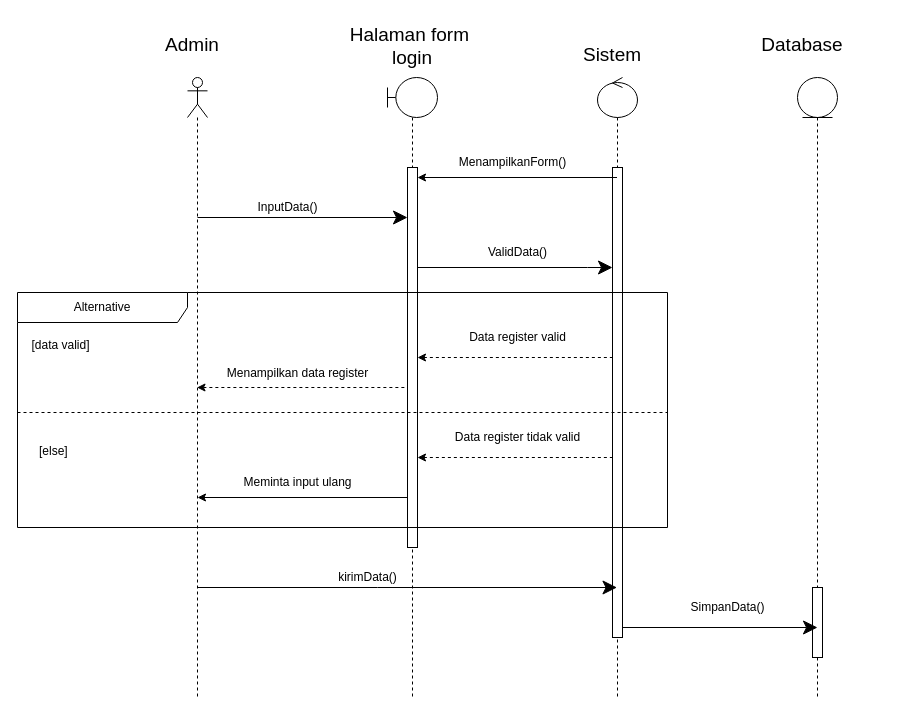
Earlier version of the draw.io diagram page "Page-2" (2 of 4) of FIxed/Punya Dicky.drawio (AriqFaridzki/SE-UTS-2023). Source tidied: cells renumbered, new cells numbered last; positions are measured from the earlier drawing's top-left corner, leaving out a move shared by most shapes. Both pictures are drawn from the tidied source at 100%, with x=0, y=0 at pixel (17, 17).
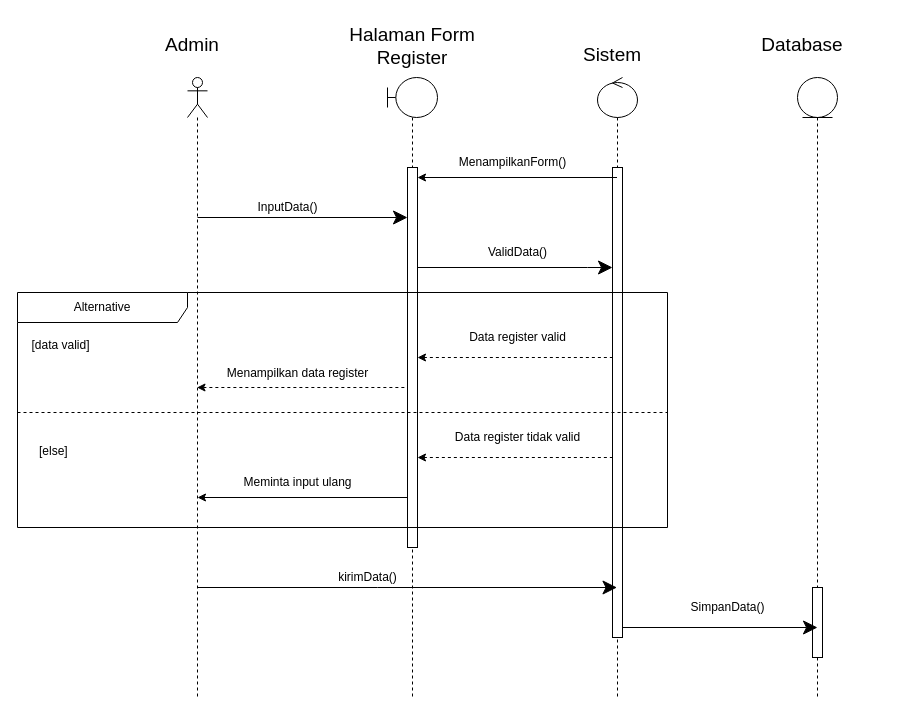
The same page after the edit.

Diff of the diagram source:
```diff
@@
-    <mxCell id="4" value="Halaman form&amp;nbsp;&lt;br&gt;login" style="text;whiteSpace=wrap;html=1;fontSize=19;align=center;" parent="1" vertex="1">
+    <mxCell id="4" value="Halaman Form Register" style="text;whiteSpace=wrap;html=1;fontSize=19;align=center;" parent="1" vertex="1">
       <mxGeometry x="305" width="180" height="30" as="geometry" />
     </mxCell>
```
